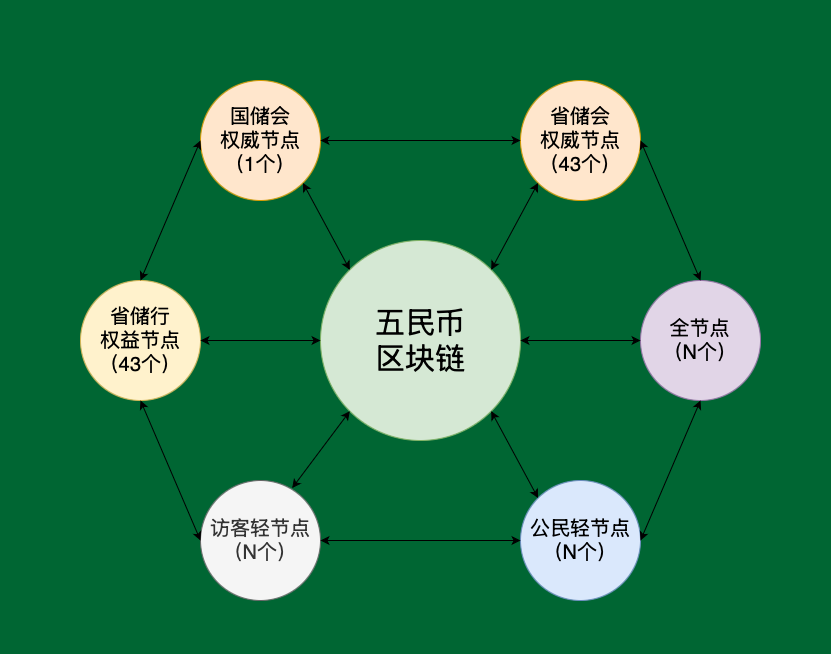
This is 文档库/节点图.png from wumindang/WMB, a draw.io export, as it was before one commit. Source tidied: cells renumbered, new cells last; positions are measured from the earlier drawing's top-left corner, leaving out a move shared by most shapes.
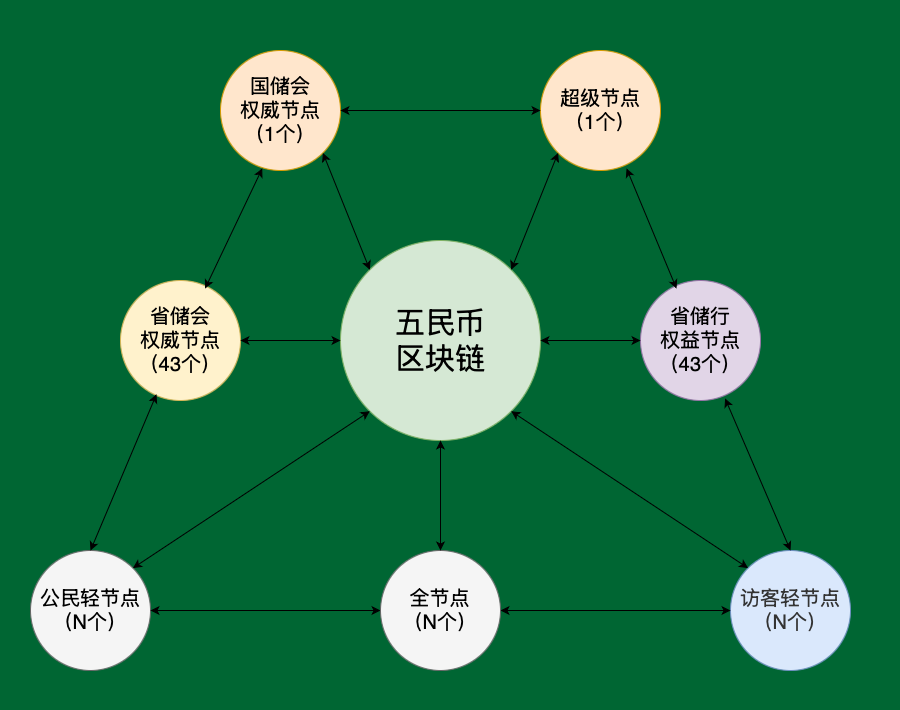
After the commit.

The edit, as a diff of the source:
```diff
@@ -2,46 +2,46 @@
   <root>
     <mxCell id="0" />
     <mxCell id="1" parent="0" />
-    <mxCell id="2" style="rounded=1;whiteSpace=wrap;html=1;strokeColor=none;fillColor=none;" parent="1" vertex="1">
-      <mxGeometry x="60" y="40" width="740" height="590" as="geometry" />
-    </mxCell>
+    <mxCell id="24" style="rounded=0;whiteSpace=wrap;html=1;fillColor=none;strokeColor=none;" parent="1" vertex="1">
+      <mxGeometry x="80" width="900" height="700" as="geometry" />
+    </mxCell>
     <mxCell id="3" value="五民币&lt;div&gt;区块链&lt;/div&gt;" style="ellipse;whiteSpace=wrap;html=1;fillColor=#d5e8d4;strokeColor=#82b366;fontSize=30;" parent="1" vertex="1">
-      <mxGeometry x="320" y="240" width="200" height="200" as="geometry" />
+      <mxGeometry x="420" y="230" width="200" height="200" as="geometry" />
     </mxCell>
-    <mxCell id="4" value="省储会&lt;div&gt;权威节点&lt;div&gt;（43个）&lt;/div&gt;&lt;/div&gt;" style="ellipse;whiteSpace=wrap;html=1;fontSize=20;fillColor=#ffe6cc;strokeColor=#d79b00;" parent="1" vertex="1">
-      <mxGeometry x="520" y="80" width="120" height="120" as="geometry" />
+    <mxCell id="4" value="&lt;div&gt;超级节点&lt;div&gt;（1个）&lt;/div&gt;&lt;/div&gt;" style="ellipse;whiteSpace=wrap;html=1;fontSize=20;fillColor=#ffe6cc;strokeColor=#d79b00;" parent="1" vertex="1">
+      <mxGeometry x="620" y="40" width="120" height="120" as="geometry" />
     </mxCell>
     <mxCell id="5" value="国储会&lt;div&gt;权威节点&lt;/div&gt;&lt;div&gt;（1个）&lt;/div&gt;" style="ellipse;whiteSpace=wrap;html=1;fillColor=#ffe6cc;strokeColor=#d79b00;fontSize=20;align=center;" parent="1" vertex="1">
-      <mxGeometry x="200" y="80" width="120" height="120" as="geometry" />
+      <mxGeometry x="300" y="40" width="120" height="120" as="geometry" />
     </mxCell>
-    <mxCell id="6" value="省储行&lt;div&gt;权益节点&lt;div&gt;（43个）&lt;/div&gt;&lt;/div&gt;" style="ellipse;whiteSpace=wrap;html=1;fillColor=#fff2cc;strokeColor=#d6b656;fontSize=20;" parent="1" vertex="1">
-      <mxGeometry x="80" y="280" width="120" height="120" as="geometry" />
+    <mxCell id="6" value="省储会&lt;div&gt;权威节点&lt;div&gt;（43个）&lt;/div&gt;&lt;/div&gt;" style="ellipse;whiteSpace=wrap;html=1;fillColor=#fff2cc;strokeColor=#d6b656;fontSize=20;" parent="1" vertex="1">
+      <mxGeometry x="200" y="270" width="120" height="120" as="geometry" />
     </mxCell>
-    <mxCell id="7" value="全节点&lt;div&gt;（N个）&lt;/div&gt;" style="ellipse;whiteSpace=wrap;html=1;fillColor=#e1d5e7;strokeColor=#9673a6;fontSize=20;" parent="1" vertex="1">
-      <mxGeometry x="640" y="280" width="120" height="120" as="geometry" />
+    <mxCell id="7" value="省储行&lt;div&gt;权益节点&lt;div&gt;（43个）&lt;/div&gt;&lt;/div&gt;" style="ellipse;whiteSpace=wrap;html=1;fillColor=#e1d5e7;strokeColor=#9673a6;fontSize=20;" parent="1" vertex="1">
+      <mxGeometry x="720" y="270" width="120" height="120" as="geometry" />
     </mxCell>
-    <mxCell id="8" value="公民轻节点&lt;div&gt;（N个）&lt;/div&gt;" style="ellipse;whiteSpace=wrap;html=1;fontSize=20;fillColor=#dae8fc;strokeColor=#6c8ebf;" parent="1" vertex="1">
-      <mxGeometry x="520" y="480" width="120" height="120" as="geometry" />
+    <mxCell id="8" value="&lt;span style=&quot;caret-color: rgb(51, 51, 51); color: rgb(51, 51, 51);&quot;&gt;访客轻节点&lt;/span&gt;&lt;div style=&quot;caret-color: rgb(51, 51, 51); color: rgb(51, 51, 51);&quot;&gt;（N个）&lt;/div&gt;" style="ellipse;whiteSpace=wrap;html=1;fontSize=20;fillColor=#dae8fc;strokeColor=#6c8ebf;" parent="1" vertex="1">
+      <mxGeometry x="810" y="540" width="120" height="120" as="geometry" />
     </mxCell>
-    <mxCell id="9" value="访客轻节点&lt;div&gt;（N个）&lt;/div&gt;" style="ellipse;whiteSpace=wrap;html=1;fillColor=#f5f5f5;fontColor=#333333;strokeColor=#666666;fontSize=20;" parent="1" vertex="1">
-      <mxGeometry x="200" y="480" width="120" height="120" as="geometry" />
+    <mxCell id="9" value="&lt;span style=&quot;caret-color: rgb(0, 0, 0); color: rgb(0, 0, 0);&quot;&gt;公民轻节点&lt;/span&gt;&lt;div style=&quot;caret-color: rgb(0, 0, 0); color: rgb(0, 0, 0);&quot;&gt;（N个）&lt;/div&gt;" style="ellipse;whiteSpace=wrap;html=1;fillColor=#f5f5f5;fontColor=#333333;strokeColor=#666666;fontSize=20;" parent="1" vertex="1">
+      <mxGeometry x="110" y="540" width="120" height="120" as="geometry" />
     </mxCell>
     <mxCell id="10" style="endArrow=classic;startArrow=classic;html=1;rounded=0;entryX=0;entryY=0.5;entryDx=0;entryDy=0;exitX=1;exitY=0.5;exitDx=0;exitDy=0;" parent="1" edge="1" source="5" target="4">
       <mxGeometry relative="1" as="geometry" />
     </mxCell>
-    <mxCell id="11" style="endArrow=classic;startArrow=classic;html=1;rounded=0;exitX=0.5;exitY=0;exitDx=0;exitDy=0;entryX=0;entryY=0.5;entryDx=0;entryDy=0;" parent="1" edge="1" source="6" target="5">
+    <mxCell id="11" style="endArrow=classic;startArrow=classic;html=1;rounded=0;exitX=0.705;exitY=0.067;exitDx=0;exitDy=0;entryX=0.348;entryY=0.983;entryDx=0;entryDy=0;exitPerimeter=0;entryPerimeter=0;" parent="1" edge="1" source="6" target="5">
       <mxGeometry relative="1" as="geometry" />
     </mxCell>
-    <mxCell id="12" style="endArrow=classic;startArrow=classic;html=1;rounded=0;exitX=0.5;exitY=1;exitDx=0;exitDy=0;entryX=0;entryY=0.5;entryDx=0;entryDy=0;" parent="1" edge="1" source="6" target="9">
+    <mxCell id="12" style="endArrow=classic;startArrow=classic;html=1;rounded=0;exitX=0.3;exitY=0.948;exitDx=0;exitDy=0;entryX=0.5;entryY=0;entryDx=0;entryDy=0;exitPerimeter=0;" parent="1" edge="1" source="6" target="9">
       <mxGeometry relative="1" as="geometry" />
     </mxCell>
-    <mxCell id="13" style="endArrow=classic;startArrow=classic;html=1;rounded=0;exitX=0.5;exitY=1;exitDx=0;exitDy=0;entryX=1;entryY=0.5;entryDx=0;entryDy=0;" parent="1" edge="1" source="7" target="8">
+    <mxCell id="13" style="endArrow=classic;startArrow=classic;html=1;rounded=0;exitX=0.705;exitY=0.983;exitDx=0;exitDy=0;entryX=0.5;entryY=0;entryDx=0;entryDy=0;exitPerimeter=0;" parent="1" edge="1" source="7" target="8">
       <mxGeometry relative="1" as="geometry" />
     </mxCell>
-    <mxCell id="14" style="endArrow=classic;startArrow=classic;html=1;rounded=0;exitX=0;exitY=0.5;exitDx=0;exitDy=0;entryX=1;entryY=0.5;entryDx=0;entryDy=0;" parent="1" edge="1" source="8" target="9">
+    <mxCell id="14" style="endArrow=classic;startArrow=classic;html=1;rounded=0;exitX=0;exitY=0.5;exitDx=0;exitDy=0;entryX=1;entryY=0.5;entryDx=0;entryDy=0;" parent="1" edge="1" source="26" target="9">
       <mxGeometry relative="1" as="geometry" />
     </mxCell>
-    <mxCell id="15" style="endArrow=classic;startArrow=classic;html=1;rounded=0;entryX=1;entryY=0.5;entryDx=0;entryDy=0;exitX=0.5;exitY=0;exitDx=0;exitDy=0;" parent="1" edge="1" source="7" target="4">
+    <mxCell id="15" style="endArrow=classic;startArrow=classic;html=1;rounded=0;entryX=0.717;entryY=0.983;entryDx=0;entryDy=0;entryPerimeter=0;exitX=0.3;exitY=0.067;exitDx=0;exitDy=0;exitPerimeter=0;" parent="1" edge="1" source="7" target="4">
       <mxGeometry relative="1" as="geometry" />
     </mxCell>
     <mxCell id="16" style="endArrow=classic;startArrow=classic;html=1;rounded=0;exitX=1;exitY=0.5;exitDx=0;exitDy=0;entryX=0;entryY=0.5;entryDx=0;entryDy=0;" parent="1" edge="1" source="6" target="3">
@@ -50,7 +50,7 @@
     <mxCell id="17" style="endArrow=classic;startArrow=classic;html=1;rounded=0;exitX=1;exitY=1;exitDx=0;exitDy=0;entryX=0;entryY=0;entryDx=0;entryDy=0;" parent="1" edge="1" source="5" target="3">
       <mxGeometry relative="1" as="geometry" />
     </mxCell>
-    <mxCell id="18" style="endArrow=classic;startArrow=classic;html=1;rounded=0;exitX=0.764;exitY=0.063;exitDx=0;exitDy=0;exitPerimeter=0;entryX=0;entryY=1;entryDx=0;entryDy=0;" parent="1" edge="1" source="9" target="3">
+    <mxCell id="18" style="endArrow=classic;startArrow=classic;html=1;rounded=0;exitX=1;exitY=0;exitDx=0;exitDy=0;entryX=0;entryY=1;entryDx=0;entryDy=0;" parent="1" edge="1" source="9" target="3">
       <mxGeometry relative="1" as="geometry" />
     </mxCell>
     <mxCell id="19" style="endArrow=classic;startArrow=classic;html=1;rounded=0;entryX=0;entryY=1;entryDx=0;entryDy=0;exitX=1;exitY=0;exitDx=0;exitDy=0;" parent="1" edge="1" source="3" target="4">
@@ -64,15 +64,27 @@
     </mxCell>
     <mxCell id="22" style="endArrow=none;dashed=1;html=1;dashPattern=1 3;strokeWidth=2;rounded=0;labelBackgroundColor=none;fontColor=none;noLabel=1;fontSize=1;strokeColor=none;" parent="1" edge="1">
       <mxGeometry relative="1" as="geometry">
-        <mxPoint x="830" y="350" as="sourcePoint" />
-        <mxPoint y="340" as="targetPoint" />
+        <mxPoint x="930" y="340" as="sourcePoint" />
+        <mxPoint x="100" y="330" as="targetPoint" />
+        <Array as="points">
+          <mxPoint x="590" y="340" />
+        </Array>
       </mxGeometry>
     </mxCell>
     <mxCell id="23" style="endArrow=none;dashed=1;html=1;dashPattern=1 3;strokeWidth=2;rounded=0;labelBackgroundColor=none;fontColor=none;noLabel=1;fontSize=1;strokeColor=none;" parent="1" edge="1">
       <mxGeometry relative="1" as="geometry">
-        <mxPoint x="401" y="652.4" as="sourcePoint" />
-        <mxPoint x="401.2" as="targetPoint" />
+        <mxPoint x="501" y="642.4" as="sourcePoint" />
+        <mxPoint x="501.2" y="-10" as="targetPoint" />
       </mxGeometry>
     </mxCell>
+    <mxCell id="25" style="endArrow=classic;startArrow=classic;html=1;rounded=0;exitX=0;exitY=0.5;exitDx=0;exitDy=0;entryX=1;entryY=0.5;entryDx=0;entryDy=0;" parent="1" edge="1" source="8" target="26">
+      <mxGeometry relative="1" as="geometry" />
+    </mxCell>
+    <mxCell id="26" value="&lt;span style=&quot;caret-color: rgb(0, 0, 0); color: rgb(0, 0, 0);&quot;&gt;全节点&lt;/span&gt;&lt;div style=&quot;caret-color: rgb(0, 0, 0); color: rgb(0, 0, 0);&quot;&gt;（N个）&lt;/div&gt;" style="ellipse;whiteSpace=wrap;html=1;fillColor=#f5f5f5;fontColor=#333333;strokeColor=#666666;fontSize=20;" parent="1" vertex="1">
+      <mxGeometry x="460" y="540" width="120" height="120" as="geometry" />
+    </mxCell>
+    <mxCell id="27" style="endArrow=classic;startArrow=classic;html=1;rounded=0;entryX=0.5;entryY=1;entryDx=0;entryDy=0;exitX=0.5;exitY=0;exitDx=0;exitDy=0;" parent="1" edge="1" source="26" target="3">
+      <mxGeometry relative="1" as="geometry" />
+    </mxCell>
   </root>
 </mxGraphModel>
```
